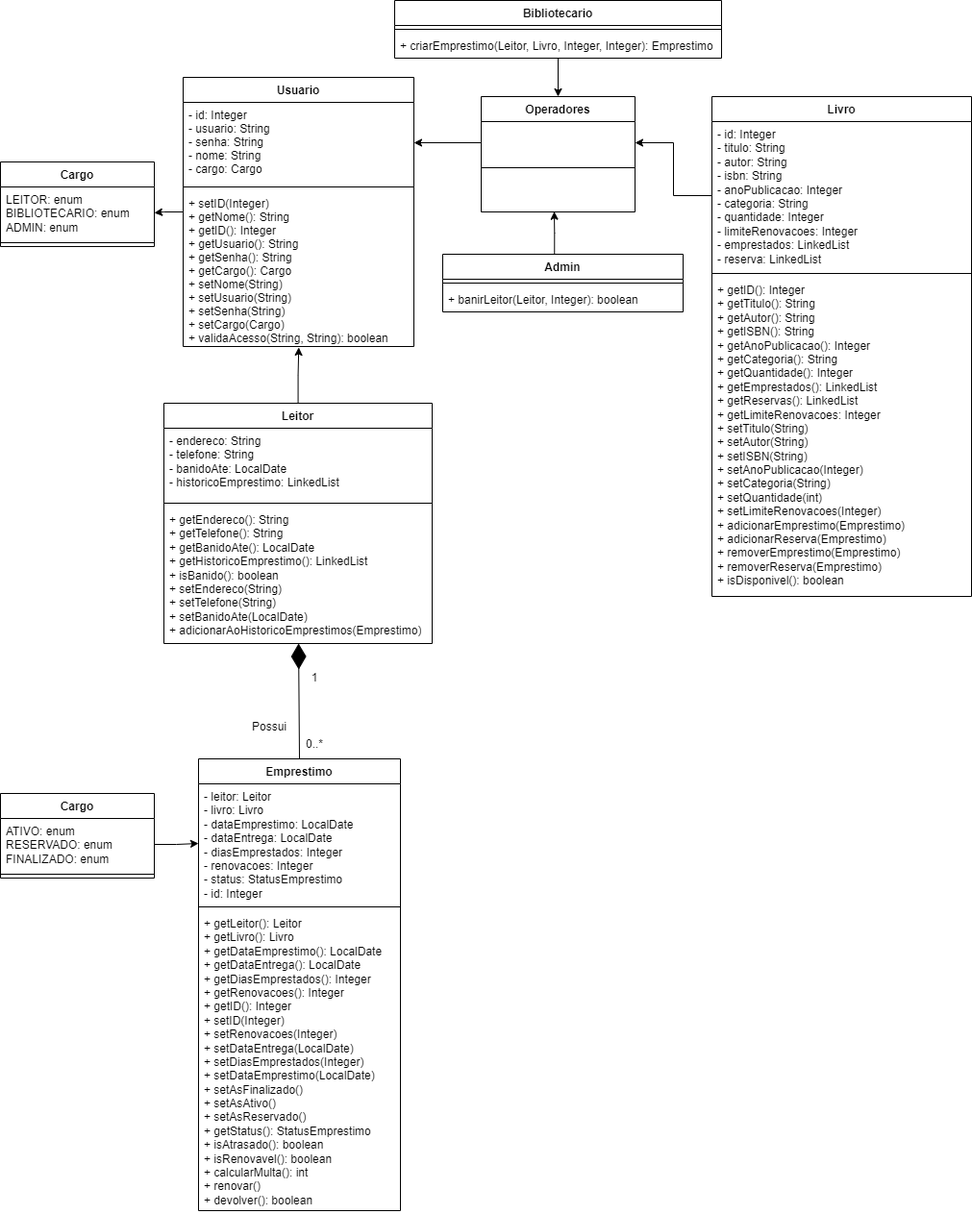
The draw.io diagram doc/DiagramaClasses.png in micaelmz/library-management-system, before a commit. Source tidied: cells renumbered, new cells last; positions are measured from the earlier drawing's top-left corner, leaving out a move shared by most shapes.
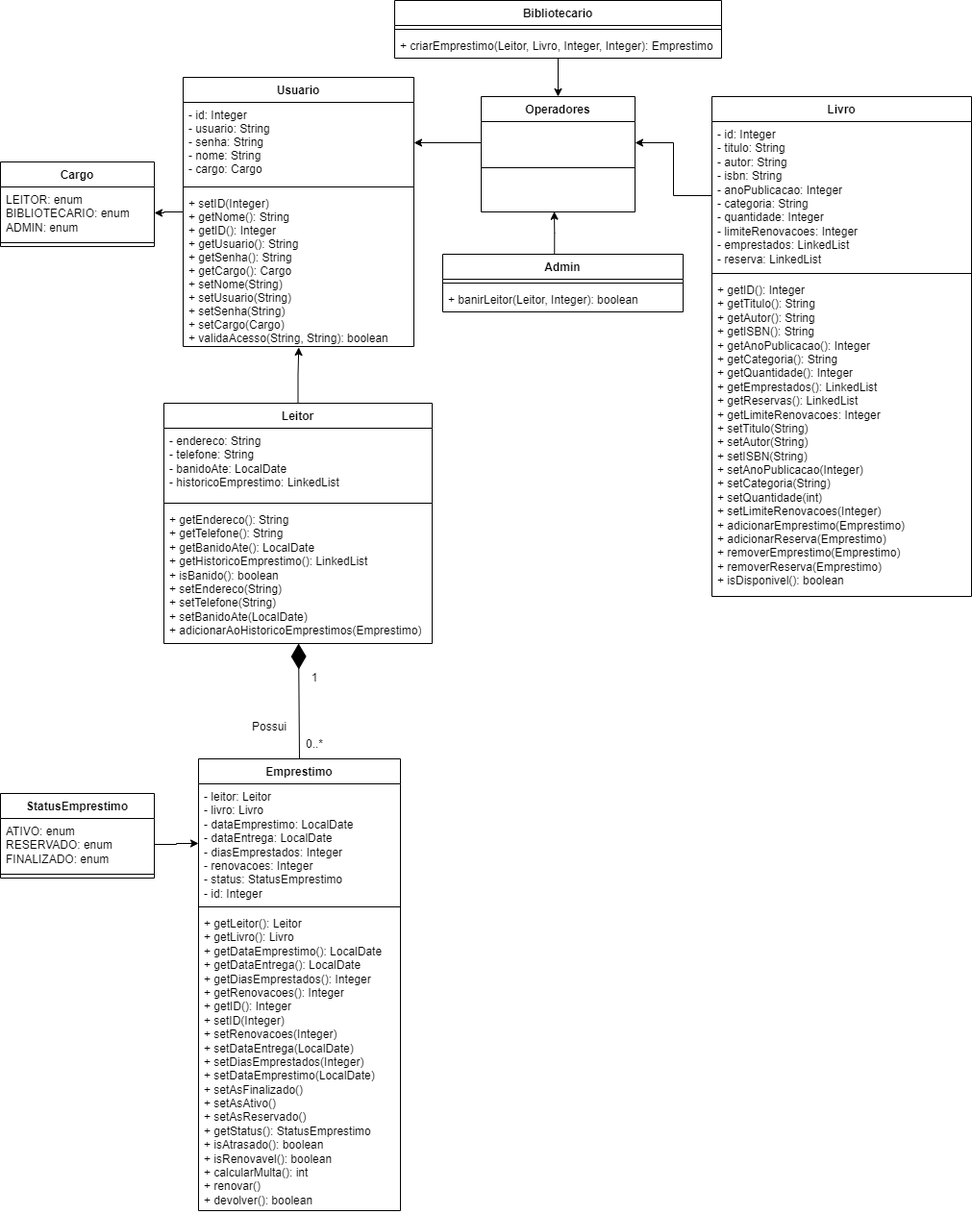
After the change.

Commit message:
📚docs: Atualização no Diagrama de Classes

Diff of the diagram source:
```diff
@@ -119,7 +119,7 @@
     <mxCell id="40" style="edgeStyle=orthogonalEdgeStyle;rounded=0;jettySize=auto;html=1;entryX=1;entryY=0.5;entryDx=0;entryDy=0;" parent="1" edge="1" source="21" target="30">
       <mxGeometry relative="1" as="geometry" />
     </mxCell>
-    <mxCell id="41" value="Cargo" style="swimlane;fontStyle=1;align=center;verticalAlign=top;horizontal=1;startSize=26;whiteSpace=wrap;html=1;labelBackgroundColor=none;" parent="1" vertex="1">
+    <mxCell id="41" value="StatusEmprestimo" style="swimlane;fontStyle=1;align=center;verticalAlign=top;horizontal=1;startSize=26;whiteSpace=wrap;html=1;labelBackgroundColor=none;" parent="1" vertex="1">
       <mxGeometry y="825" width="160" height="88" as="geometry" />
     </mxCell>
     <mxCell id="42" value="ATIVO: enum&lt;br&gt;RESERVADO: enum&lt;br&gt;FINALIZADO: enum" style="text;strokeColor=none;fillColor=none;align=left;verticalAlign=top;spacingLeft=4;spacingRight=4;overflow=hidden;points=[[0,0.5],[1,0.5]];portConstraint=eastwest;whiteSpace=wrap;html=1;labelBackgroundColor=none;" parent="41" vertex="1">
```
